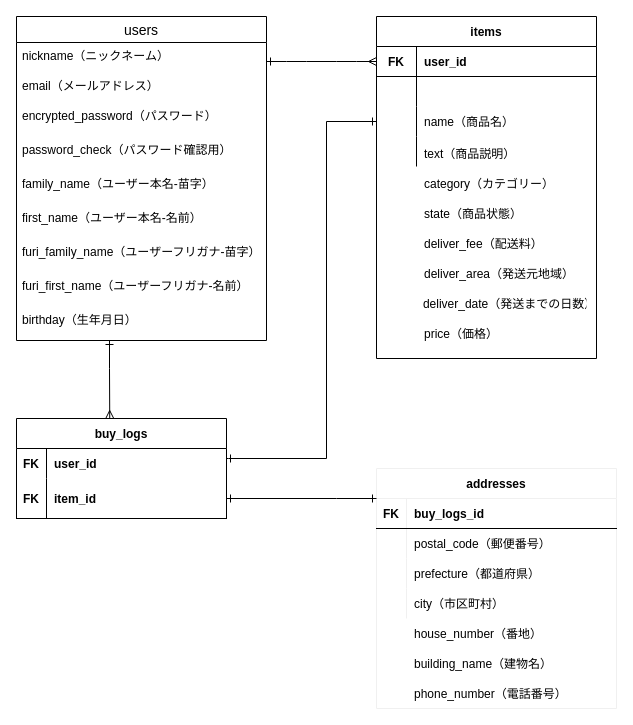
Before: ER.dio in Skanayama/furima-31552, a draw.io diagram. Source tidied: cells renumbered, new cells numbered last; positions are measured from the earlier drawing's top-left corner, leaving out a move shared by most shapes. Both pictures are drawn from the tidied source at 100%, with x=0, y=0 at pixel (16, 16).
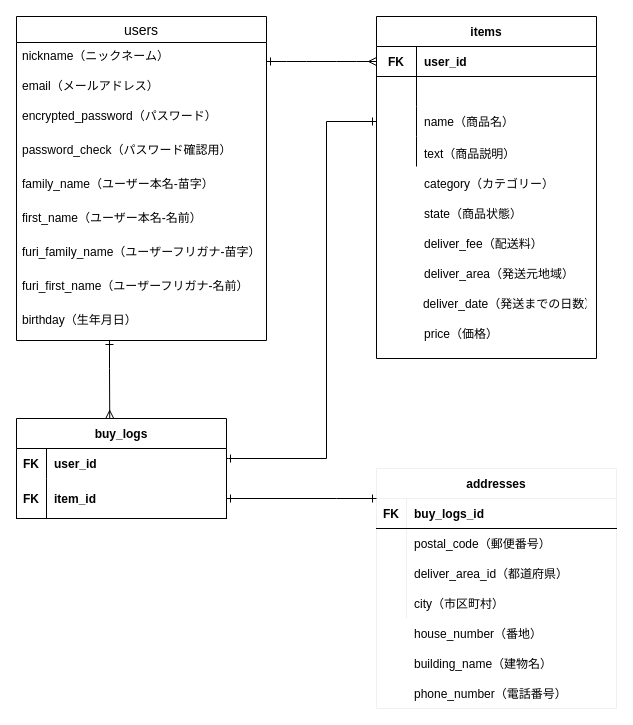
Above is the later version.

Commit message (it also covers changes not shown here):
ER図、README作成_take4

The change refers to these unchanged cells:
```xml
<mxCell id="57" style="shape=partialRectangle;fillColor=none;top=0;left=0;bottom=0;right=0;" parent="50" vertex="1">
  <mxGeometry y="90" width="240" height="30" as="geometry" />
</mxCell>
```

Change to the diagram source:
```diff
@@
-    <mxCell id="59" value="prefecture（都道府県）" style="shape=partialRectangle;fillColor=none;top=0;left=0;bottom=0;right=0;align=left;spacingLeft=6;overflow=hidden;" parent="57" vertex="1">
+    <mxCell id="59" value="deliver_area_id（都道府県）" style="shape=partialRectangle;fillColor=none;top=0;left=0;bottom=0;right=0;align=left;spacingLeft=6;overflow=hidden;" parent="57" vertex="1">
       <mxGeometry x="30" width="210" height="30" as="geometry" />
     </mxCell>
```
